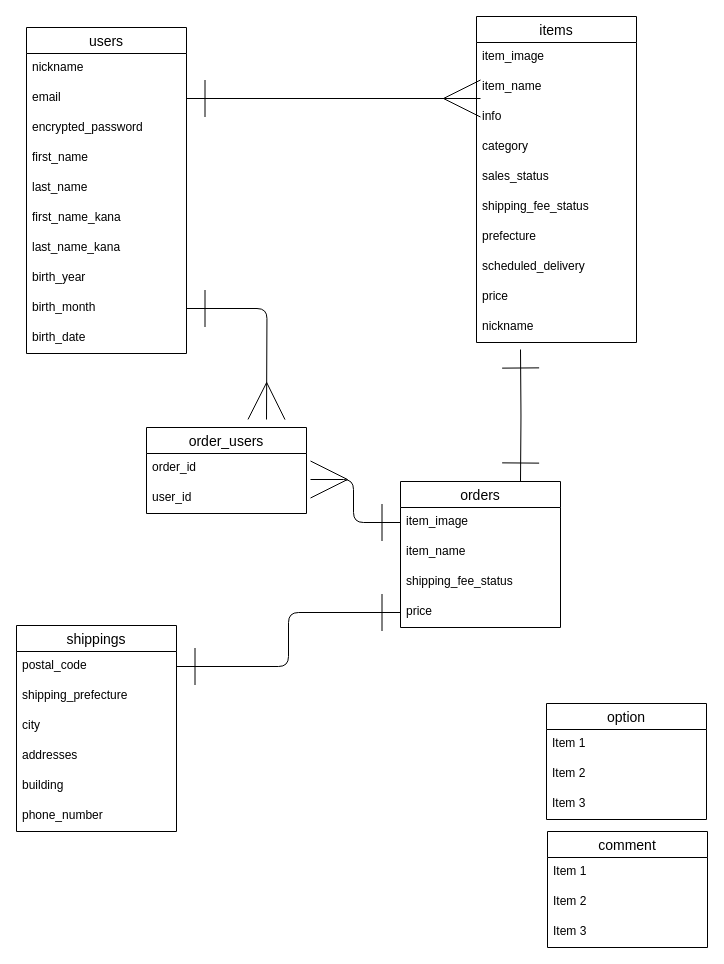
kiyotech/furima-38804 keeps this draw.io diagram as ER図.dio. Above is the earlier version. Source tidied: cells renumbered, new cells numbered last; positions are measured from the earlier drawing's top-left corner, leaving out a move shared by most shapes. Both pictures are drawn from the tidied source at 100%, with x=0, y=0 at pixel (16, 16).
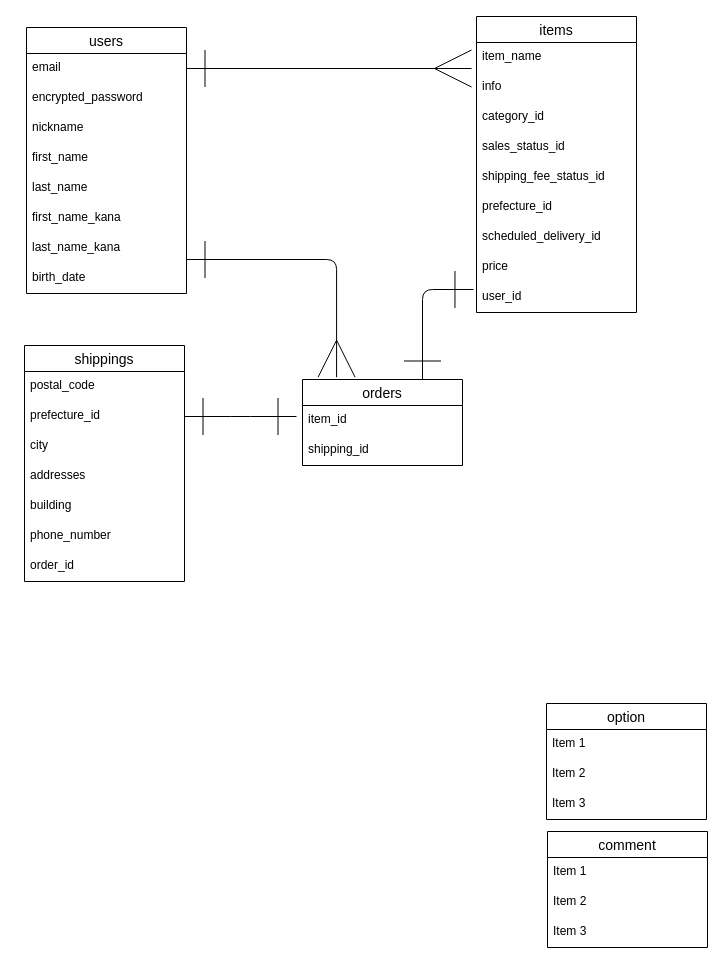
The same diagram, later.

Unchanged cells that the change refers to:
```xml
<mxCell id="30" value="postal_code" style="text;strokeColor=none;fillColor=none;spacingLeft=4;spacingRight=4;overflow=hidden;points=[[0,0.5],[1,0.5]];portConstraint=eastwest;fontSize=12;" parent="29" vertex="1">
  <mxGeometry y="26" width="160" height="30" as="geometry" />
</mxCell>
```

The edit, as a diff of the source:
```diff
@@
     <mxCell id="2" value="users" style="swimlane;fontStyle=0;horizontal=1;startSize=26;align=center;fontSize=14;" parent="1" vertex="1">
-      <mxGeometry x="10" y="11" width="160" height="326" as="geometry" />
+      <mxGeometry x="10" y="11" width="160" height="266" as="geometry" />
     </mxCell>
-    <mxCell id="3" value="nickname" style="text;strokeColor=none;fillColor=none;spacingLeft=4;spacingRight=4;overflow=hidden;fontSize=12;" parent="2" vertex="1">
-      <mxGeometry y="26" width="160" height="30" as="geometry" />
-    </mxCell>
     <mxCell id="4" value="email" style="text;strokeColor=none;fillColor=none;spacingLeft=4;spacingRight=4;overflow=hidden;points=[[0,0.5],[1,0.5]];portConstraint=eastwest;fontSize=12;" parent="2" vertex="1">
-      <mxGeometry y="56" width="160" height="30" as="geometry" />
+      <mxGeometry y="26" width="160" height="30" as="geometry" />
     </mxCell>
     <mxCell id="5" value="encrypted_password" style="text;strokeColor=none;fillColor=none;spacingLeft=4;spacingRight=4;overflow=hidden;fontSize=12;" parent="2" vertex="1">
-      <mxGeometry y="86" width="160" height="30" as="geometry" />
+      <mxGeometry y="56" width="160" height="30" as="geometry" />
     </mxCell>
+    <mxCell id="3" value="nickname" style="text;strokeColor=none;fillColor=none;spacingLeft=4;spacingRight=4;overflow=hidden;fontSize=12;" parent="2" vertex="1">
+      <mxGeometry y="86" width="160" height="30" as="geometry" />
+    </mxCell>
@@
-    <mxCell id="10" value="birth_year" style="text;strokeColor=none;fillColor=none;spacingLeft=4;spacingRight=4;overflow=hidden;fontSize=12;" parent="2" vertex="1">
-      <mxGeometry y="236" width="160" height="30" as="geometry" />
-    </mxCell>
-    <mxCell id="11" value="birth_month" style="text;strokeColor=none;fillColor=none;spacingLeft=4;spacingRight=4;overflow=hidden;points=[[0,0.5],[1,0.5]];portConstraint=eastwest;fontSize=12;" parent="2" vertex="1">
-      <mxGeometry y="266" width="160" height="30" as="geometry" />
-    </mxCell>
     <mxCell id="12" value="birth_date" style="text;strokeColor=none;fillColor=none;spacingLeft=4;spacingRight=4;overflow=hidden;points=[[0,0.5],[1,0.5]];portConstraint=eastwest;fontSize=12;" parent="2" vertex="1">
-      <mxGeometry y="296" width="160" height="30" as="geometry" />
+      <mxGeometry y="236" width="160" height="30" as="geometry" />
     </mxCell>
     <mxCell id="13" value="orders" style="swimlane;fontStyle=0;horizontal=1;startSize=26;align=center;fontSize=14;" parent="1" vertex="1">
-      <mxGeometry x="384" y="465" width="160" height="146" as="geometry" />
+      <mxGeometry x="286" y="363" width="160" height="86" as="geometry" />
     </mxCell>
-    <mxCell id="14" value="item_image" style="text;strokeColor=none;fillColor=none;spacingLeft=4;spacingRight=4;overflow=hidden;points=[[0,0.5],[1,0.5]];portConstraint=eastwest;fontSize=12;" parent="13" vertex="1">
-      <mxGeometry y="26" width="160" height="30" as="geometry" />
-    </mxCell>
-    <mxCell id="15" value="item_name " style="text;strokeColor=none;fillColor=none;spacingLeft=4;spacingRight=4;overflow=hidden;fontSize=12;" parent="13" vertex="1">
-      <mxGeometry y="56" width="160" height="30" as="geometry" />
+    <mxCell id="15" value="item_id" style="text;strokeColor=none;fillColor=none;spacingLeft=4;spacingRight=4;overflow=hidden;fontSize=12;" parent="13" vertex="1">
+      <mxGeometry y="26" width="160" height="30" as="geometry" />
     </mxCell>
-    <mxCell id="16" value="shipping_fee_status" style="text;strokeColor=none;fillColor=none;spacingLeft=4;spacingRight=4;overflow=hidden;fontSize=12;" parent="13" vertex="1">
-      <mxGeometry y="86" width="160" height="30" as="geometry" />
+    <mxCell id="16" value="shipping_id" style="text;strokeColor=none;fillColor=none;spacingLeft=4;spacingRight=4;overflow=hidden;fontSize=12;" parent="13" vertex="1">
+      <mxGeometry y="56" width="160" height="30" as="geometry" />
     </mxCell>
-    <mxCell id="17" value="price" style="text;strokeColor=none;fillColor=none;spacingLeft=4;spacingRight=4;overflow=hidden;points=[[0,0.5],[1,0.5]];portConstraint=eastwest;fontSize=12;" parent="13" vertex="1">
-      <mxGeometry y="116" width="160" height="30" as="geometry" />
-    </mxCell>
     <mxCell id="18" value="items" style="swimlane;fontStyle=0;horizontal=1;startSize=26;align=center;fontSize=14;" parent="1" vertex="1">
-      <mxGeometry x="460" width="160" height="326" as="geometry" />
+      <mxGeometry x="460" width="160" height="296" as="geometry" />
     </mxCell>
-    <mxCell id="19" value="item_image" style="text;strokeColor=none;fillColor=none;spacingLeft=4;spacingRight=4;overflow=hidden;fontSize=12;" parent="18" vertex="1">
-      <mxGeometry y="26" width="160" height="30" as="geometry" />
-    </mxCell>
     <mxCell id="20" value="item_name " style="text;strokeColor=none;fillColor=none;spacingLeft=4;spacingRight=4;overflow=hidden;points=[[0,0.5],[1,0.5]];portConstraint=eastwest;fontSize=12;" parent="18" vertex="1">
-      <mxGeometry y="56" width="160" height="30" as="geometry" />
+      <mxGeometry y="26" width="160" height="30" as="geometry" />
     </mxCell>
     <mxCell id="21" value="info" style="text;strokeColor=none;fillColor=none;spacingLeft=4;spacingRight=4;overflow=hidden;points=[[0,0.5],[1,0.5]];portConstraint=eastwest;fontSize=12;" parent="18" vertex="1">
-      <mxGeometry y="86" width="160" height="30" as="geometry" />
+      <mxGeometry y="56" width="160" height="30" as="geometry" />
     </mxCell>
-    <mxCell id="22" value="category" style="text;strokeColor=none;fillColor=none;spacingLeft=4;spacingRight=4;overflow=hidden;fontSize=12;" parent="18" vertex="1">
-      <mxGeometry y="116" width="160" height="30" as="geometry" />
+    <mxCell id="22" value="category_id" style="text;strokeColor=none;fillColor=none;spacingLeft=4;spacingRight=4;overflow=hidden;fontSize=12;" parent="18" vertex="1">
+      <mxGeometry y="86" width="160" height="30" as="geometry" />
     </mxCell>
-    <mxCell id="23" value="sales_status" style="text;strokeColor=none;fillColor=none;spacingLeft=4;spacingRight=4;overflow=hidden;fontSize=12;" parent="18" vertex="1">
-      <mxGeometry y="146" width="160" height="30" as="geometry" />
+    <mxCell id="23" value="sales_status_id" style="text;strokeColor=none;fillColor=none;spacingLeft=4;spacingRight=4;overflow=hidden;fontSize=12;" parent="18" vertex="1">
+      <mxGeometry y="116" width="160" height="30" as="geometry" />
     </mxCell>
-    <mxCell id="24" value="shipping_fee_status" style="text;strokeColor=none;fillColor=none;spacingLeft=4;spacingRight=4;overflow=hidden;fontSize=12;" parent="18" vertex="1">
-      <mxGeometry y="176" width="160" height="30" as="geometry" />
+    <mxCell id="24" value="shipping_fee_status_id" style="text;strokeColor=none;fillColor=none;spacingLeft=4;spacingRight=4;overflow=hidden;fontSize=12;" parent="18" vertex="1">
+      <mxGeometry y="146" width="160" height="30" as="geometry" />
     </mxCell>
-    <mxCell id="25" value="prefecture" style="text;strokeColor=none;fillColor=none;spacingLeft=4;spacingRight=4;overflow=hidden;fontSize=12;" parent="18" vertex="1">
-      <mxGeometry y="206" width="160" height="30" as="geometry" />
+    <mxCell id="25" value="prefecture_id" style="text;strokeColor=none;fillColor=none;spacingLeft=4;spacingRight=4;overflow=hidden;fontSize=12;" parent="18" vertex="1">
+      <mxGeometry y="176" width="160" height="30" as="geometry" />
     </mxCell>
-    <mxCell id="26" value="scheduled_delivery" style="text;strokeColor=none;fillColor=none;spacingLeft=4;spacingRight=4;overflow=hidden;fontSize=12;" parent="18" vertex="1">
-      <mxGeometry y="236" width="160" height="30" as="geometry" />
+    <mxCell id="26" value="scheduled_delivery_id" style="text;strokeColor=none;fillColor=none;spacingLeft=4;spacingRight=4;overflow=hidden;fontSize=12;" parent="18" vertex="1">
+      <mxGeometry y="206" width="160" height="30" as="geometry" />
     </mxCell>
     <mxCell id="27" value="price" style="text;strokeColor=none;fillColor=none;spacingLeft=4;spacingRight=4;overflow=hidden;fontSize=12;" parent="18" vertex="1">
-      <mxGeometry y="266" width="160" height="30" as="geometry" />
+      <mxGeometry y="236" width="160" height="30" as="geometry" />
     </mxCell>
-    <mxCell id="28" value="nickname" style="text;strokeColor=none;fillColor=none;spacingLeft=4;spacingRight=4;overflow=hidden;points=[[0,0.5],[1,0.5]];portConstraint=eastwest;fontSize=12;" parent="18" vertex="1">
-      <mxGeometry y="296" width="160" height="30" as="geometry" />
+    <mxCell id="28" value="user_id" style="text;strokeColor=none;fillColor=none;spacingLeft=4;spacingRight=4;overflow=hidden;points=[[0,0.5],[1,0.5]];portConstraint=eastwest;fontSize=12;" parent="18" vertex="1">
+      <mxGeometry y="266" width="160" height="30" as="geometry" />
     </mxCell>
     <mxCell id="29" value="shippings" style="swimlane;fontStyle=0;horizontal=1;startSize=26;align=center;fontSize=14;" parent="1" vertex="1">
-      <mxGeometry y="609" width="160" height="206" as="geometry" />
+      <mxGeometry x="8" y="329" width="160" height="236" as="geometry" />
     </mxCell>
@@
-    <mxCell id="31" value="shipping_prefecture" style="text;strokeColor=none;fillColor=none;spacingLeft=4;spacingRight=4;overflow=hidden;fontSize=12;" parent="29" vertex="1">
-      <mxGeometry y="56" width="160" height="30" as="geometry" />
-    </mxCell>
+    <mxCell id="52" value="prefecture_id" style="text;strokeColor=none;fillColor=none;spacingLeft=4;spacingRight=4;overflow=hidden;points=[[0,0.5],[1,0.5]];portConstraint=eastwest;fontSize=12;" parent="29" vertex="1">
+      <mxGeometry y="56" width="160" height="30" as="geometry" />
+    </mxCell>
@@
+    <mxCell id="48" value="order_id" style="text;strokeColor=none;fillColor=none;spacingLeft=4;spacingRight=4;overflow=hidden;points=[[0,0.5],[1,0.5]];portConstraint=eastwest;fontSize=12;" parent="29" vertex="1">
+      <mxGeometry y="206" width="160" height="30" as="geometry" />
+    </mxCell>
@@
-    <mxCell id="44" style="edgeStyle=orthogonalEdgeStyle;html=1;exitX=1;exitY=0.5;exitDx=0;exitDy=0;startArrow=ERone;startFill=0;endArrow=ERone;endFill=0;startSize=35;endSize=35;targetPerimeterSpacing=7;entryX=0;entryY=0.5;entryDx=0;entryDy=0;" parent="1" edge="1" source="30" target="17">
-      <mxGeometry relative="1" as="geometry" />
-    </mxCell>
-    <mxCell id="45" style="edgeStyle=orthogonalEdgeStyle;html=1;entryX=0.75;entryY=0;entryDx=0;entryDy=0;startArrow=ERone;startFill=0;endArrow=ERone;endFill=0;startSize=35;endSize=35;targetPerimeterSpacing=7;" parent="1" edge="1" target="13">
-      <mxGeometry relative="1" as="geometry">
-        <mxPoint x="504" y="333" as="sourcePoint" />
-      </mxGeometry>
+    <mxCell id="45" style="edgeStyle=orthogonalEdgeStyle;html=1;entryX=0.75;entryY=0;entryDx=0;entryDy=0;startArrow=ERone;startFill=0;endArrow=ERone;endFill=0;startSize=35;endSize=35;targetPerimeterSpacing=7;exitX=-0.019;exitY=0.233;exitDx=0;exitDy=0;exitPerimeter=0;" parent="1" edge="1" source="28" target="13">
+      <mxGeometry relative="1" as="geometry" />
     </mxCell>
-    <mxCell id="46" style="edgeStyle=orthogonalEdgeStyle;html=1;exitX=1;exitY=0.5;exitDx=0;exitDy=0;entryX=0.025;entryY=-0.133;entryDx=0;entryDy=0;entryPerimeter=0;startArrow=ERone;startFill=0;endArrow=ERmany;endFill=0;startSize=35;endSize=35;targetPerimeterSpacing=7;" parent="1" edge="1" source="4" target="21">
-      <mxGeometry relative="1" as="geometry" />
-    </mxCell>
-    <mxCell id="47" value="order_users" style="swimlane;fontStyle=0;horizontal=1;startSize=26;align=center;fontSize=14;" parent="1" vertex="1">
-      <mxGeometry x="130" y="411" width="160" height="86" as="geometry" />
-    </mxCell>
-    <mxCell id="48" value="order_id" style="text;strokeColor=none;fillColor=none;spacingLeft=4;spacingRight=4;overflow=hidden;points=[[0,0.5],[1,0.5]];portConstraint=eastwest;fontSize=12;" parent="47" vertex="1">
-      <mxGeometry y="26" width="160" height="30" as="geometry" />
-    </mxCell>
-    <mxCell id="49" value="user_id" style="text;strokeColor=none;fillColor=none;spacingLeft=4;spacingRight=4;overflow=hidden;fontSize=12;" parent="47" vertex="1">
-      <mxGeometry y="56" width="160" height="30" as="geometry" />
-    </mxCell>
-    <mxCell id="50" style="edgeStyle=orthogonalEdgeStyle;html=1;exitX=0;exitY=0.5;exitDx=0;exitDy=0;entryX=1.025;entryY=0.867;entryDx=0;entryDy=0;entryPerimeter=0;startArrow=ERone;startFill=0;endArrow=ERmany;endFill=0;startSize=35;endSize=35;targetPerimeterSpacing=7;" parent="1" edge="1" source="14" target="48">
-      <mxGeometry relative="1" as="geometry" />
-    </mxCell>
-    <mxCell id="51" style="edgeStyle=orthogonalEdgeStyle;html=1;exitX=1;exitY=0.5;exitDx=0;exitDy=0;startArrow=ERone;startFill=0;endArrow=ERmany;endFill=0;startSize=35;endSize=35;targetPerimeterSpacing=7;" parent="1" edge="1" source="11">
-      <mxGeometry relative="1" as="geometry">
-        <mxPoint x="250" y="403" as="targetPoint" />
-      </mxGeometry>
-    </mxCell>
+    <mxCell id="53" style="edgeStyle=orthogonalEdgeStyle;html=1;exitX=1;exitY=-0.133;exitDx=0;exitDy=0;entryX=0.213;entryY=-0.027;entryDx=0;entryDy=0;entryPerimeter=0;startArrow=ERone;startFill=0;endArrow=ERmany;endFill=0;startSize=35;endSize=35;targetPerimeterSpacing=7;exitPerimeter=0;" parent="1" edge="1" source="12" target="13">
+      <mxGeometry relative="1" as="geometry" />
+    </mxCell>
+    <mxCell id="54" style="edgeStyle=orthogonalEdgeStyle;html=1;exitX=1;exitY=0.5;exitDx=0;exitDy=0;entryX=-0.031;entryY=0.867;entryDx=0;entryDy=0;entryPerimeter=0;startArrow=ERone;startFill=0;endArrow=ERmany;endFill=0;startSize=35;endSize=35;targetPerimeterSpacing=7;" parent="1" edge="1" source="4" target="20">
+      <mxGeometry relative="1" as="geometry" />
+    </mxCell>
+    <mxCell id="55" style="edgeStyle=orthogonalEdgeStyle;html=1;exitX=1;exitY=0.5;exitDx=0;exitDy=0;startArrow=ERone;startFill=0;endArrow=ERone;endFill=0;startSize=35;endSize=35;targetPerimeterSpacing=7;" parent="1" edge="1" source="52">
+      <mxGeometry relative="1" as="geometry">
+        <mxPoint x="280" y="400" as="targetPoint" />
+      </mxGeometry>
+    </mxCell>
```
